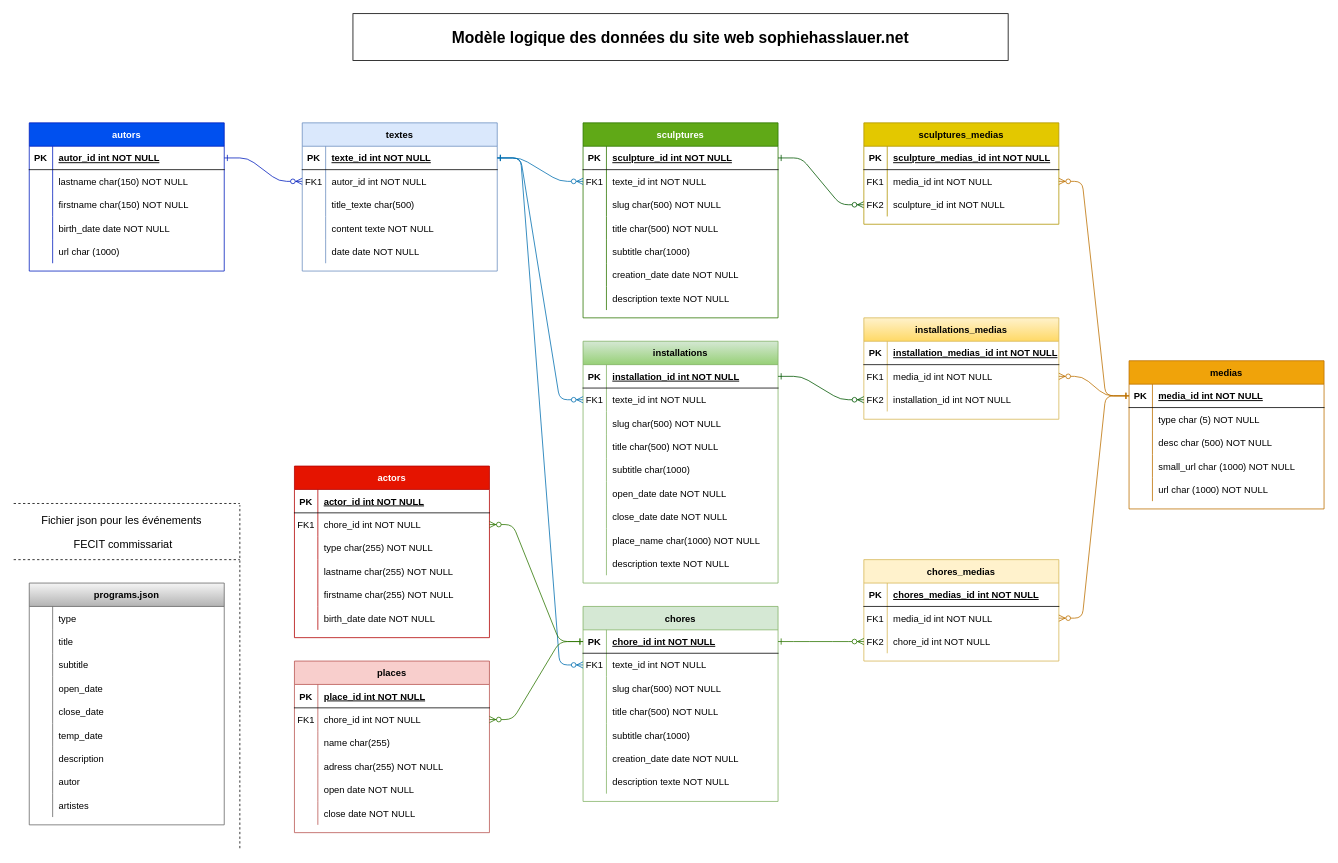
This is sophiehasslauer_BDD_sketch.drawio from sebatease/sebatease, a draw.io file, before an edit. Source tidied: cells renumbered, new cells numbered last; positions are measured from the earlier drawing's top-left corner, leaving out a move shared by most shapes. Both pictures are drawn from the tidied source at 78%, with x=0, y=0 at pixel (13, 13).
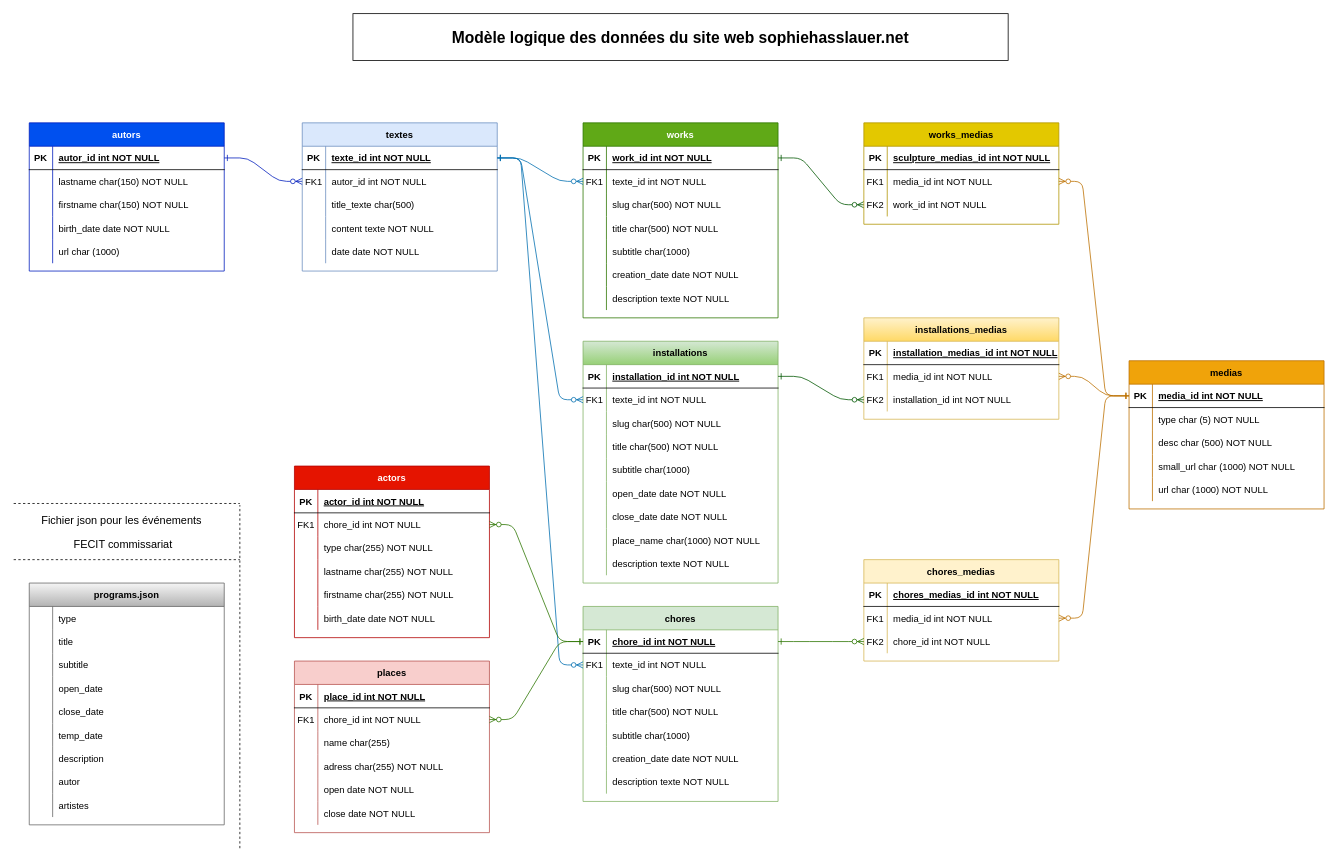
Above is the later version.

Unchanged cells that the change refers to:
```xml
<mxCell id="52" style="shape=partialRectangle;fillColor=none;points=[[0,0.5],[1,0.5]];portConstraint=eastwest;top=0;left=0;right=0;bottom=1;" parent="51" vertex="1">
  <mxGeometry y="30" width="250" height="30" as="geometry" />
</mxCell>
<mxCell id="132" style="shape=partialRectangle;fillColor=none;points=[[0,0.5],[1,0.5]];portConstraint=eastwest;top=0;left=0;right=0;bottom=0;" parent="125" vertex="1">
  <mxGeometry y="90" width="250" height="30" as="geometry" />
</mxCell>
```

Change to the diagram source:
```diff
@@
-    <mxCell id="51" value="sculptures" style="shape=table;startSize=30;childLayout=tableLayout;rowLines=0;fontStyle=1;align=center;fillColor=#60a917;strokeColor=#2D7600;fontColor=#ffffff;" parent="1" vertex="1">
+    <mxCell id="51" value="works" style="shape=table;startSize=30;childLayout=tableLayout;rowLines=0;fontStyle=1;align=center;fillColor=#60a917;strokeColor=#2D7600;fontColor=#ffffff;" parent="1" vertex="1">
       <mxGeometry x="730" y="140" width="250" height="250" as="geometry" />
     </mxCell>
@@
-    <mxCell id="54" value="sculpture_id int NOT NULL" style="shape=partialRectangle;overflow=hidden;fillColor=none;top=0;left=0;bottom=0;right=0;align=left;spacingLeft=6;fontStyle=5;" parent="52" vertex="1">
+    <mxCell id="54" value="work_id int NOT NULL" style="shape=partialRectangle;overflow=hidden;fillColor=none;top=0;left=0;bottom=0;right=0;align=left;spacingLeft=6;fontStyle=5;" parent="52" vertex="1">
       <mxGeometry x="30" width="220" height="30" as="geometry" />
     </mxCell>
@@
-    <mxCell id="125" value="sculptures_medias" style="shape=table;startSize=30;childLayout=tableLayout;rowLines=0;fontStyle=1;align=center;fillColor=#e3c800;strokeColor=#B09500;fontColor=#000000;" parent="1" vertex="1">
+    <mxCell id="125" value="works_medias" style="shape=table;startSize=30;childLayout=tableLayout;rowLines=0;fontStyle=1;align=center;fillColor=#e3c800;strokeColor=#B09500;fontColor=#000000;" parent="1" vertex="1">
       <mxGeometry x="1090" y="140" width="250" height="130" as="geometry" />
     </mxCell>
@@
-    <mxCell id="134" value="sculpture_id int NOT NULL" style="shape=partialRectangle;overflow=hidden;fillColor=none;top=0;left=0;bottom=0;right=0;align=left;spacingLeft=6;" parent="132" vertex="1">
+    <mxCell id="134" value="work_id int NOT NULL" style="shape=partialRectangle;overflow=hidden;fillColor=none;top=0;left=0;bottom=0;right=0;align=left;spacingLeft=6;" parent="132" vertex="1">
       <mxGeometry x="30" width="220" height="30" as="geometry" />
     </mxCell>
```
